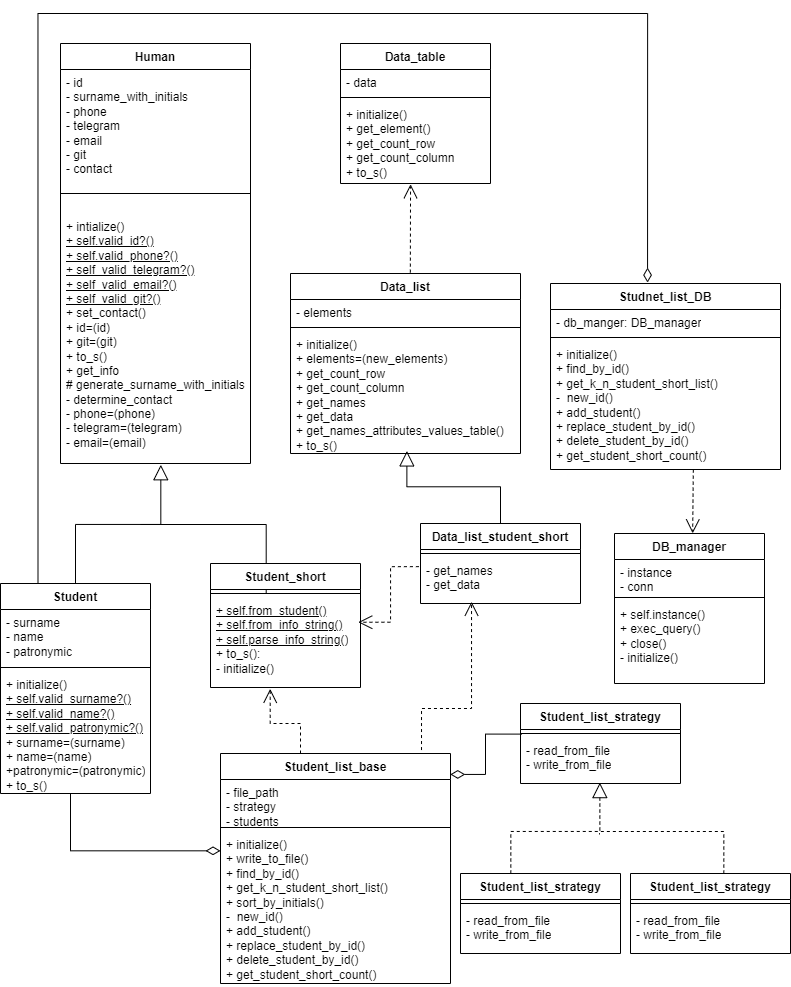
Before: Student/Class diagram.png, a diagram exported from draw.io (ArthurArutunyan04/Ruby). Source tidied: cells renumbered, new cells last; positions are measured from the earlier drawing's top-left corner, leaving out a move shared by most shapes.
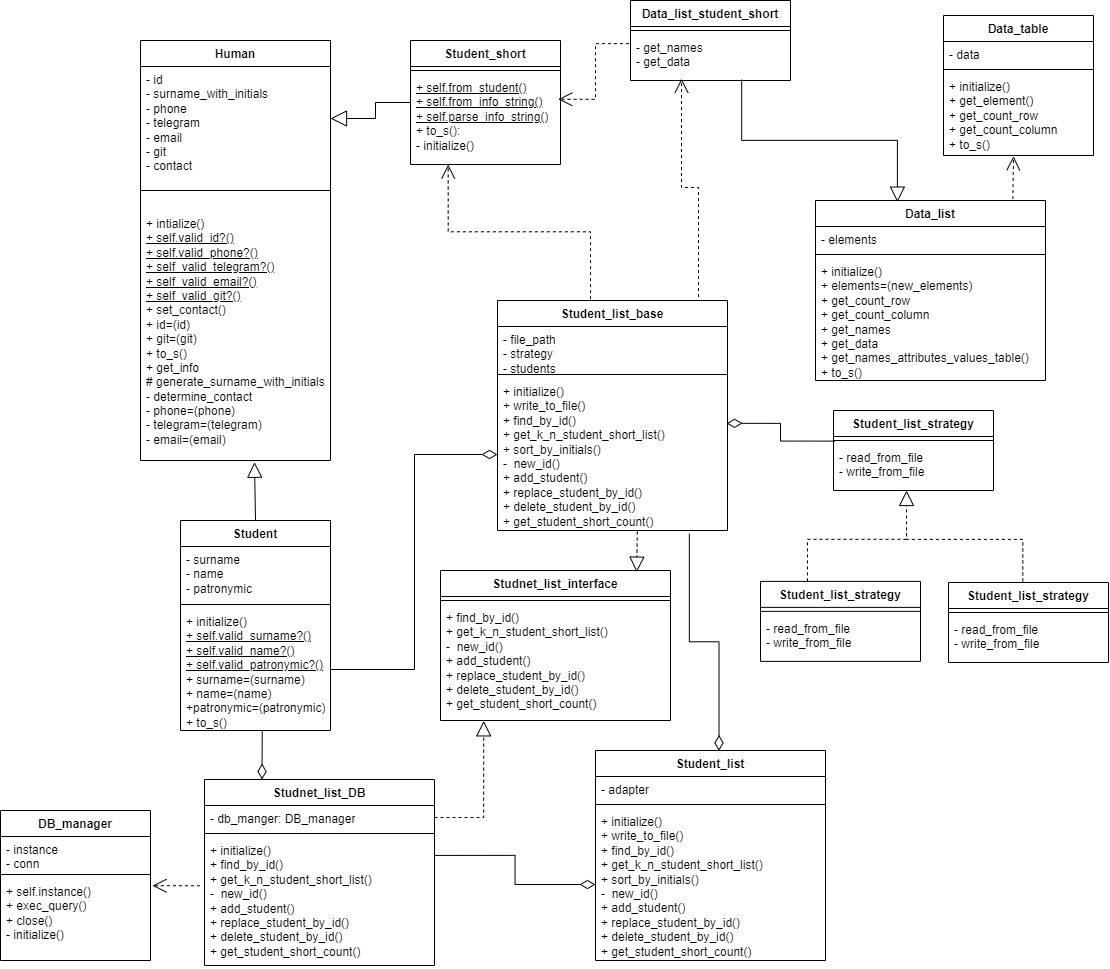
After the change.

Commit message:
update class diagram

Change to the diagram source:
```diff
@@ -4,13 +4,4 @@
     <mxCell id="1" parent="0" />
-    <mxCell id="2" style="rounded=0;orthogonalLoop=1;jettySize=auto;html=1;edgeStyle=elbowEdgeStyle;elbow=vertical;endArrow=none;endFill=0;exitX=0.438;exitY=-0.006;exitDx=0;exitDy=0;exitPerimeter=0;jumpSize=0;curved=0;" parent="1" edge="1">
-      <mxGeometry relative="1" as="geometry">
-        <mxPoint x="265.7" y="580.1" as="sourcePoint" />
-        <mxPoint x="140" y="510" as="targetPoint" />
-        <Array as="points">
-          <mxPoint x="190" y="511" />
-        </Array>
-      </mxGeometry>
-    </mxCell>
     <mxCell id="3" value="Human" style="swimlane;fontStyle=1;align=center;verticalAlign=top;horizontal=1;startSize=26;whiteSpace=wrap;html=1;" parent="1" vertex="1">
-      <mxGeometry x="60" y="30" width="190" height="420" as="geometry" />
+      <mxGeometry x="-280" y="70" width="190" height="420" as="geometry" />
     </mxCell>
@@ -25,3 +16,3 @@
     </mxCell>
-    <mxCell id="7" style="edgeStyle=elbowEdgeStyle;rounded=0;jettySize=auto;html=1;elbow=vertical;endArrow=block;endFill=0;endSize=13;entryX=0.528;entryY=1.005;entryDx=0;entryDy=0;entryPerimeter=0;" parent="1" edge="1" source="8" target="6">
+    <mxCell id="7" style="rounded=0;jettySize=auto;html=1;elbow=vertical;endArrow=block;endFill=0;endSize=13;entryX=0.6;entryY=1.007;entryDx=0;entryDy=0;entryPerimeter=0;exitX=0.5;exitY=0;exitDx=0;exitDy=0;" parent="1" edge="1" source="8" target="6">
       <mxGeometry relative="1" as="geometry" />
@@ -29,3 +20,3 @@
     <mxCell id="8" value="Student" style="swimlane;fontStyle=1;align=center;verticalAlign=top;horizontal=1;startSize=26;whiteSpace=wrap;html=1;gradientColor=none;strokeWidth=1;" parent="1" vertex="1">
-      <mxGeometry y="570" width="150" height="210" as="geometry" />
+      <mxGeometry x="-240" y="550" width="150" height="210" as="geometry" />
     </mxCell>
@@ -41,3 +32,3 @@
     <mxCell id="12" value="Student_short" style="swimlane;fontStyle=1;align=center;verticalAlign=top;horizontal=1;startSize=26;whiteSpace=wrap;html=1;gradientColor=none;strokeWidth=1;" parent="1" vertex="1">
-      <mxGeometry x="210" y="550" width="150" height="124" as="geometry" />
+      <mxGeometry x="-10" y="70" width="150" height="124" as="geometry" />
     </mxCell>
@@ -50,3 +41,3 @@
     <mxCell id="15" value="Data_table&lt;div&gt;&lt;br&gt;&lt;/div&gt;" style="swimlane;fontStyle=1;align=center;verticalAlign=top;horizontal=1;startSize=26;whiteSpace=wrap;html=1;gradientColor=none;strokeWidth=1;" parent="1" vertex="1">
-      <mxGeometry x="340" y="30" width="150" height="140" as="geometry" />
+      <mxGeometry x="523" y="45" width="150" height="140" as="geometry" />
     </mxCell>
@@ -62,3 +53,3 @@
     <mxCell id="19" value="Data_list" style="swimlane;fontStyle=1;align=center;verticalAlign=top;horizontal=1;startSize=26;whiteSpace=wrap;html=1;gradientColor=none;strokeWidth=1;" parent="1" vertex="1">
-      <mxGeometry x="290" y="260" width="230" height="180" as="geometry" />
+      <mxGeometry x="395" y="230" width="230" height="180" as="geometry" />
     </mxCell>
@@ -74,3 +65,3 @@
     <mxCell id="23" value="Data_list_student_short&lt;div&gt;&lt;br&gt;&lt;/div&gt;" style="swimlane;fontStyle=1;align=center;verticalAlign=top;horizontal=1;startSize=26;whiteSpace=wrap;html=1;gradientColor=none;strokeWidth=1;" parent="1" vertex="1">
-      <mxGeometry x="420" y="510" width="160" height="80" as="geometry" />
+      <mxGeometry x="210" y="30" width="160" height="80" as="geometry" />
     </mxCell>
@@ -82,6 +73,6 @@
     </mxCell>
-    <mxCell id="26" style="rounded=0;jettySize=auto;html=1;elbow=vertical;endArrow=block;endFill=0;endSize=13;entryX=0.506;entryY=0.979;entryDx=0;entryDy=0;entryPerimeter=0;exitX=0.5;exitY=0;exitDx=0;exitDy=0;edgeStyle=elbowEdgeStyle;" parent="1" edge="1" source="23" target="22">
+    <mxCell id="26" style="rounded=0;jettySize=auto;html=1;elbow=vertical;endArrow=block;endFill=0;endSize=13;entryX=0.356;entryY=0.009;entryDx=0;entryDy=0;entryPerimeter=0;exitX=0.695;exitY=0.982;exitDx=0;exitDy=0;edgeStyle=elbowEdgeStyle;exitPerimeter=0;" parent="1" edge="1" source="25" target="19">
       <mxGeometry relative="1" as="geometry" />
     </mxCell>
-    <mxCell id="27" style="endArrow=open;endSize=12;dashed=1;html=1;rounded=0;exitX=0.521;exitY=-0.005;exitDx=0;exitDy=0;exitPerimeter=0;entryX=0.467;entryY=1.009;entryDx=0;entryDy=0;entryPerimeter=0;" parent="1" edge="1" source="19" target="18">
+    <mxCell id="27" style="endArrow=open;endSize=12;dashed=1;html=1;rounded=0;exitX=0.858;exitY=-0.008;exitDx=0;exitDy=0;exitPerimeter=0;entryX=0.467;entryY=1.009;entryDx=0;entryDy=0;entryPerimeter=0;" parent="1" edge="1" source="19" target="18">
       <mxGeometry relative="1" as="geometry" />
@@ -92,3 +83,3 @@
     <mxCell id="29" value="Student_list_base" style="swimlane;fontStyle=1;align=center;verticalAlign=top;horizontal=1;startSize=26;whiteSpace=wrap;html=1;gradientColor=none;strokeWidth=1;" parent="1" vertex="1">
-      <mxGeometry x="220" y="740" width="230" height="230" as="geometry" />
+      <mxGeometry x="77" y="330" width="230" height="230" as="geometry" />
     </mxCell>
@@ -103,3 +94,3 @@
     </mxCell>
-    <mxCell id="33" style="endArrow=diamondThin;endSize=12;html=1;rounded=0;entryX=0.999;entryY=0.091;entryDx=0;entryDy=0;entryPerimeter=0;exitX=0.008;exitY=-0.074;exitDx=0;exitDy=0;exitPerimeter=0;endFill=0;edgeStyle=orthogonalEdgeStyle;" parent="1" edge="1" source="36" target="29">
+    <mxCell id="33" style="endArrow=diamondThin;endSize=13;html=1;rounded=0;entryX=0.996;entryY=0.295;entryDx=0;entryDy=0;entryPerimeter=0;exitX=0.008;exitY=-0.074;exitDx=0;exitDy=0;exitPerimeter=0;endFill=0;edgeStyle=orthogonalEdgeStyle;" parent="1" edge="1" source="36" target="32">
       <mxGeometry relative="1" as="geometry" />
@@ -107,3 +98,3 @@
     <mxCell id="34" value="Student_list_strategy" style="swimlane;fontStyle=1;align=center;verticalAlign=top;horizontal=1;startSize=26;whiteSpace=wrap;html=1;gradientColor=none;strokeWidth=1;" parent="1" vertex="1">
-      <mxGeometry x="520" y="690" width="160" height="80" as="geometry" />
+      <mxGeometry x="413" y="440" width="160" height="80" as="geometry" />
     </mxCell>
@@ -116,3 +107,3 @@
     <mxCell id="37" value="Student_list_strategy" style="swimlane;fontStyle=1;align=center;verticalAlign=top;horizontal=1;startSize=26;whiteSpace=wrap;html=1;gradientColor=none;strokeWidth=1;" parent="1" vertex="1">
-      <mxGeometry x="630" y="860" width="160" height="80" as="geometry" />
+      <mxGeometry x="528" y="612" width="160" height="80" as="geometry" />
     </mxCell>
@@ -125,3 +116,3 @@
     <mxCell id="40" value="Student_list_strategy" style="swimlane;fontStyle=1;align=center;verticalAlign=top;horizontal=1;startSize=26;whiteSpace=wrap;html=1;gradientColor=none;strokeWidth=1;" parent="1" vertex="1">
-      <mxGeometry x="460" y="860" width="160" height="80" as="geometry" />
+      <mxGeometry x="340" y="610.9" width="160" height="80" as="geometry" />
     </mxCell>
@@ -133,8 +124,8 @@
     </mxCell>
-    <mxCell id="43" style="edgeStyle=elbowEdgeStyle;rounded=0;orthogonalLoop=1;jettySize=auto;html=1;elbow=vertical;endArrow=none;endFill=0;dashed=1;exitX=0.102;exitY=-0.012;exitDx=0;exitDy=0;exitPerimeter=0;" parent="1" edge="1">
+    <mxCell id="43" style="edgeStyle=elbowEdgeStyle;rounded=0;orthogonalLoop=1;jettySize=auto;html=1;elbow=vertical;endArrow=none;endFill=0;dashed=1;exitX=0.102;exitY=-0.012;exitDx=0;exitDy=0;exitPerimeter=0;jumpStyle=none;" parent="1" edge="1">
       <mxGeometry relative="1" as="geometry">
-        <mxPoint x="723.3" y="860" as="sourcePoint" />
-        <mxPoint x="599" y="821" as="targetPoint" />
+        <mxPoint x="602.3" y="610.9" as="sourcePoint" />
+        <mxPoint x="486" y="560.9" as="targetPoint" />
         <Array as="points">
-          <mxPoint x="715" y="818" />
+          <mxPoint x="594" y="568.9" />
         </Array>
@@ -142,7 +133,8 @@
     </mxCell>
-    <mxCell id="44" style="edgeStyle=elbowEdgeStyle;rounded=0;jettySize=auto;html=1;elbow=vertical;endArrow=block;endFill=0;dashed=1;exitX=0.102;exitY=-0.012;exitDx=0;exitDy=0;exitPerimeter=0;entryX=0.496;entryY=0.981;entryDx=0;entryDy=0;entryPerimeter=0;strokeWidth=1;endSize=13;" parent="1" edge="1" target="36">
+    <mxCell id="44" style="edgeStyle=elbowEdgeStyle;rounded=0;orthogonalLoop=1;jettySize=auto;html=1;elbow=vertical;endArrow=block;endFill=0;dashed=1;exitX=0.102;exitY=-0.012;exitDx=0;exitDy=0;exitPerimeter=0;entryX=0.496;entryY=0.981;entryDx=0;entryDy=0;entryPerimeter=0;strokeWidth=1;endSize=13;" parent="1" edge="1">
       <mxGeometry relative="1" as="geometry">
-        <mxPoint x="510.3" y="860" as="sourcePoint" />
+        <mxPoint x="387" y="610.9" as="sourcePoint" />
+        <mxPoint x="486" y="520" as="targetPoint" />
         <Array as="points">
-          <mxPoint x="502" y="818" />
+          <mxPoint x="378.7" y="568.8" />
         </Array>
@@ -150,27 +142,16 @@
     </mxCell>
-    <mxCell id="45" style="endArrow=diamondThin;endSize=12;html=1;rounded=0;exitX=0.658;exitY=0.94;exitDx=0;exitDy=0;exitPerimeter=0;endFill=0;edgeStyle=elbowEdgeStyle;elbow=vertical;" parent="1" edge="1" target="32">
-      <mxGeometry relative="1" as="geometry">
-        <mxPoint x="70" y="780" as="sourcePoint" />
-        <Array as="points">
-          <mxPoint x="91.3" y="837.3" />
-        </Array>
-      </mxGeometry>
+    <mxCell id="45" style="endArrow=diamondThin;endSize=13;html=1;rounded=0;exitX=1;exitY=0.5;exitDx=0;exitDy=0;endFill=0;edgeStyle=elbowEdgeStyle;" parent="1" edge="1" source="11" target="32">
+      <mxGeometry relative="1" as="geometry" />
     </mxCell>
-    <mxCell id="46" style="endArrow=open;endSize=12;dashed=1;html=1;rounded=0;entryX=0.398;entryY=1.015;entryDx=0;entryDy=0;entryPerimeter=0;edgeStyle=elbowEdgeStyle;elbow=vertical;" parent="1" edge="1" target="14">
+    <mxCell id="46" style="endArrow=open;endSize=12;dashed=1;html=1;rounded=0;entryX=0.398;entryY=1.015;entryDx=0;entryDy=0;entryPerimeter=0;edgeStyle=elbowEdgeStyle;elbow=vertical;exitX=0.5;exitY=0;exitDx=0;exitDy=0;" parent="1" edge="1">
       <mxGeometry relative="1" as="geometry">
-        <mxPoint x="300" y="740" as="sourcePoint" />
-        <Array as="points">
-          <mxPoint x="280" y="710" />
-        </Array>
+        <mxPoint x="170" y="328.7" as="sourcePoint" />
+        <mxPoint x="27.7" y="194" as="targetPoint" />
       </mxGeometry>
     </mxCell>
-    <mxCell id="47" style="endArrow=open;endSize=12;dashed=1;html=1;rounded=0;entryX=0.319;entryY=0.96;entryDx=0;entryDy=0;entryPerimeter=0;edgeStyle=elbowEdgeStyle;elbow=vertical;exitX=0.874;exitY=-0.015;exitDx=0;exitDy=0;exitPerimeter=0;" parent="1" edge="1" source="29" target="25">
-      <mxGeometry relative="1" as="geometry">
-        <Array as="points">
-          <mxPoint x="410" y="695" />
-        </Array>
-      </mxGeometry>
+    <mxCell id="47" style="endArrow=open;endSize=12;dashed=1;html=1;rounded=0;entryX=0.319;entryY=0.96;entryDx=0;entryDy=0;entryPerimeter=0;edgeStyle=elbowEdgeStyle;exitX=0.874;exitY=-0.015;exitDx=0;exitDy=0;exitPerimeter=0;elbow=vertical;" parent="1" edge="1" source="29" target="25">
+      <mxGeometry relative="1" as="geometry" />
     </mxCell>
     <mxCell id="48" value="Studnet_list_DB" style="swimlane;fontStyle=1;align=center;verticalAlign=top;horizontal=1;startSize=26;whiteSpace=wrap;html=1;gradientColor=none;strokeWidth=1;" parent="1" vertex="1">
-      <mxGeometry x="550" y="270" width="230" height="186" as="geometry" />
+      <mxGeometry x="-216" y="809" width="230" height="186" as="geometry" />
     </mxCell>
@@ -185,15 +166,7 @@
     </mxCell>
-    <mxCell id="52" style="endArrow=diamondThin;endSize=12;html=1;rounded=0;exitX=0.25;exitY=0;exitDx=0;exitDy=0;endFill=0;edgeStyle=orthogonalEdgeStyle;elbow=vertical;entryX=0.422;entryY=-0.005;entryDx=0;entryDy=0;entryPerimeter=0;" parent="1" edge="1" source="8" target="48">
-      <mxGeometry relative="1" as="geometry">
-        <Array as="points">
-          <mxPoint x="37" />
-          <mxPoint x="647" />
-        </Array>
-      </mxGeometry>
+    <mxCell id="52" style="endArrow=diamondThin;endSize=13;html=1;rounded=0;exitX=0.545;exitY=1.007;exitDx=0;exitDy=0;endFill=0;elbow=vertical;entryX=0.25;entryY=0;entryDx=0;entryDy=0;exitPerimeter=0;" parent="1" edge="1" source="11" target="48">
+      <mxGeometry relative="1" as="geometry" />
     </mxCell>
-    <mxCell id="53" style="endArrow=open;endSize=12;dashed=1;html=1;rounded=0;exitX=0.621;exitY=1.001;exitDx=0;exitDy=0;exitPerimeter=0;entryX=0.521;entryY=-0.001;entryDx=0;entryDy=0;entryPerimeter=0;" parent="1" edge="1" source="51" target="54">
-      <mxGeometry relative="1" as="geometry" />
-    </mxCell>
     <mxCell id="54" value="DB_manager" style="swimlane;fontStyle=1;align=center;verticalAlign=top;horizontal=1;startSize=26;whiteSpace=wrap;html=1;gradientColor=none;strokeWidth=1;" parent="1" vertex="1">
-      <mxGeometry x="614" y="520" width="150" height="150" as="geometry" />
+      <mxGeometry x="-420" y="840" width="150" height="150" as="geometry" />
     </mxCell>
@@ -208,2 +181,41 @@
     </mxCell>
+    <mxCell id="58" style="rounded=0;jettySize=auto;html=1;entryX=1;entryY=0.5;entryDx=0;entryDy=0;endArrow=block;endFill=0;endSize=14;edgeStyle=orthogonalEdgeStyle;" parent="1" edge="1" source="12" target="4">
+      <mxGeometry relative="1" as="geometry" />
+    </mxCell>
+    <mxCell id="59" style="endArrow=open;endSize=12;dashed=1;html=1;rounded=0;entryX=1.013;entryY=0.088;entryDx=0;entryDy=0;entryPerimeter=0;exitX=-0.02;exitY=0.377;exitDx=0;exitDy=0;exitPerimeter=0;" parent="1" edge="1" source="51" target="57">
+      <mxGeometry relative="1" as="geometry" />
+    </mxCell>
+    <mxCell id="60" value="Studnet_list_interface" style="swimlane;fontStyle=1;align=center;verticalAlign=top;horizontal=1;startSize=26;whiteSpace=wrap;html=1;gradientColor=none;strokeWidth=1;" parent="1" vertex="1">
+      <mxGeometry x="20" y="600" width="230" height="150" as="geometry" />
+    </mxCell>
+    <mxCell id="61" style="line;strokeWidth=1;fillColor=none;align=left;verticalAlign=middle;spacingTop=-1;spacingLeft=3;spacingRight=3;labelPosition=right;strokeColor=inherit;" parent="60" vertex="1">
+      <mxGeometry y="26" width="230" height="8" as="geometry" />
+    </mxCell>
+    <mxCell id="62" value="&lt;div&gt;&lt;div&gt;&lt;div&gt;+ find_by_id()&lt;br&gt;+ get_k_n_student_short_list()&lt;/div&gt;&lt;div&gt;-&amp;nbsp; new_id()&lt;/div&gt;&lt;div&gt;+ add_student()&lt;/div&gt;&lt;div&gt;+ replace_student_by_id()&lt;/div&gt;&lt;div&gt;+ delete_student_by_id()&lt;/div&gt;&lt;/div&gt;&lt;div&gt;+ get_student_short_count()&lt;/div&gt;&lt;/div&gt;" style="text;strokeColor=none;fillColor=none;align=left;verticalAlign=top;spacingLeft=4;spacingRight=4;overflow=hidden;points=[[0,0.5],[1,0.5]];portConstraint=eastwest;whiteSpace=wrap;html=1;" parent="60" vertex="1">
+      <mxGeometry y="34" width="230" height="116" as="geometry" />
+    </mxCell>
+    <mxCell id="63" style="edgeStyle=orthogonalEdgeStyle;rounded=0;jettySize=auto;html=1;elbow=vertical;endArrow=block;endFill=0;dashed=1;exitX=1;exitY=0.5;exitDx=0;exitDy=0;entryX=0.188;entryY=1.003;entryDx=0;entryDy=0;entryPerimeter=0;strokeWidth=1;endSize=13;" parent="1" edge="1" source="49" target="62">
+      <mxGeometry relative="1" as="geometry" />
+    </mxCell>
+    <mxCell id="64" style="rounded=0;jettySize=auto;html=1;elbow=vertical;endArrow=block;endFill=0;dashed=1;exitX=0.608;exitY=1.007;exitDx=0;exitDy=0;exitPerimeter=0;entryX=0.853;entryY=0.011;entryDx=0;entryDy=0;entryPerimeter=0;strokeWidth=1;endSize=13;" parent="1" edge="1" source="32" target="60">
+      <mxGeometry relative="1" as="geometry" />
+    </mxCell>
+    <mxCell id="65" value="Student_list" style="swimlane;fontStyle=1;align=center;verticalAlign=top;horizontal=1;startSize=26;whiteSpace=wrap;html=1;gradientColor=none;strokeWidth=1;" parent="1" vertex="1">
+      <mxGeometry x="175" y="780" width="230" height="210" as="geometry" />
+    </mxCell>
+    <mxCell id="66" value="- adapter" style="text;strokeColor=none;fillColor=none;align=left;verticalAlign=top;spacingLeft=4;spacingRight=4;overflow=hidden;whiteSpace=wrap;html=1;" parent="65" vertex="1">
+      <mxGeometry y="26" width="230" height="24" as="geometry" />
+    </mxCell>
+    <mxCell id="67" style="line;strokeWidth=1;fillColor=none;align=left;verticalAlign=middle;spacingTop=-1;spacingLeft=3;spacingRight=3;labelPosition=right;strokeColor=inherit;" parent="65" vertex="1">
+      <mxGeometry y="50" width="230" height="8" as="geometry" />
+    </mxCell>
+    <mxCell id="68" value="+ initialize()&lt;div&gt;&lt;div&gt;+ write_to_file()&lt;/div&gt;&lt;div&gt;+ find_by_id()&lt;br&gt;+ get_k_n_student_short_list()&lt;/div&gt;&lt;div&gt;+ sort_by_initials()&lt;br&gt;-&amp;nbsp; new_id()&lt;/div&gt;&lt;div&gt;+ add_student()&lt;/div&gt;&lt;div&gt;+ replace_student_by_id()&lt;/div&gt;&lt;div&gt;+ delete_student_by_id()&lt;/div&gt;&lt;/div&gt;&lt;div&gt;+ get_student_short_count()&lt;/div&gt;" style="text;strokeColor=none;fillColor=none;align=left;verticalAlign=top;spacingLeft=4;spacingRight=4;overflow=hidden;points=[[0,0.5],[1,0.5]];portConstraint=eastwest;whiteSpace=wrap;html=1;" parent="65" vertex="1">
+      <mxGeometry y="58" width="230" height="152" as="geometry" />
+    </mxCell>
+    <mxCell id="69" style="endArrow=diamondThin;endSize=13;html=1;rounded=0;endFill=0;edgeStyle=orthogonalEdgeStyle;exitX=1.003;exitY=0.14;exitDx=0;exitDy=0;exitPerimeter=0;" parent="1" edge="1" source="51" target="68">
+      <mxGeometry relative="1" as="geometry" />
+    </mxCell>
+    <mxCell id="70" style="endArrow=diamondThin;endSize=13;html=1;rounded=0;exitX=0.834;exitY=1.021;exitDx=0;exitDy=0;endFill=0;entryX=0.537;entryY=0.002;entryDx=0;entryDy=0;exitPerimeter=0;entryPerimeter=0;edgeStyle=elbowEdgeStyle;elbow=vertical;" parent="1" edge="1" source="32" target="65">
+      <mxGeometry relative="1" as="geometry" />
+    </mxCell>
   </root>
```
